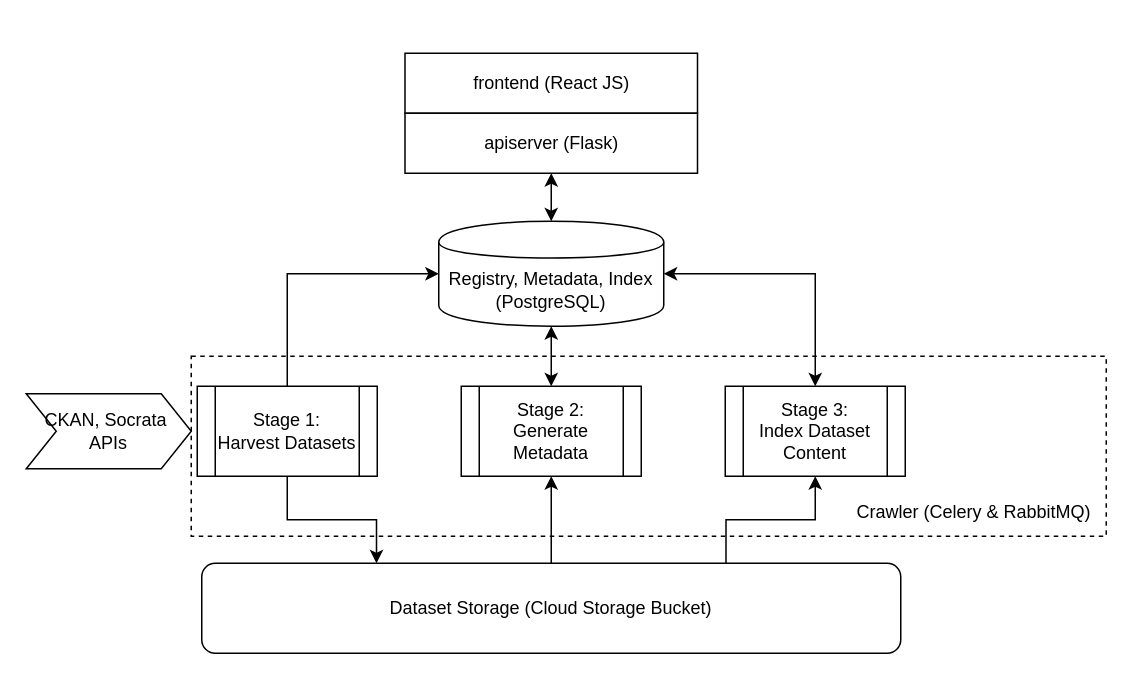
Above: system_overview.drawio in findopendata/findopendata (draw.io), before the change. Source tidied: cells renumbered, new cells numbered last; positions are measured from the earlier drawing's top-left corner, leaving out a move shared by most shapes. Both pictures are drawn from the tidied source at 150%, with x=0, y=0 at pixel (26, 52).
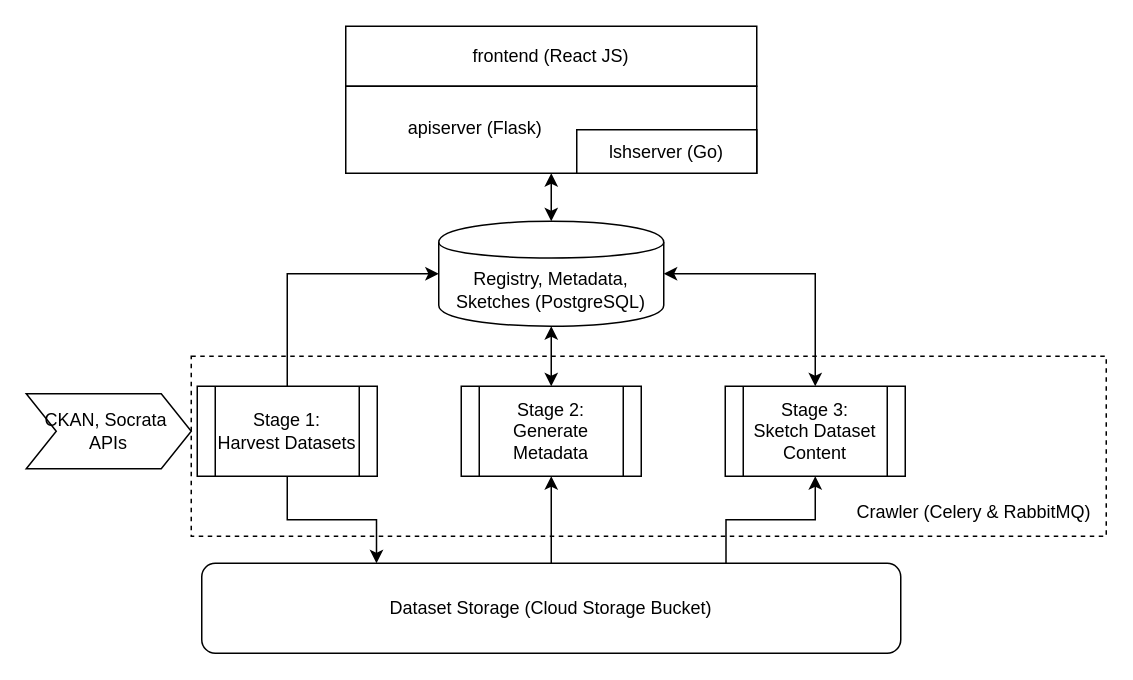
The same page after the edit.

What changed in the source:
```diff
@@
     <mxCell id="3" value="frontend (React JS)" style="rounded=0;whiteSpace=wrap;html=1;" parent="1" vertex="1">
-      <mxGeometry x="252.5" width="195" height="40" as="geometry" />
+      <mxGeometry x="213" y="-18" width="274" height="40" as="geometry" />
     </mxCell>
-    <mxCell id="4" value="apiserver (Flask)" style="rounded=0;whiteSpace=wrap;html=1;" parent="1" vertex="1">
-      <mxGeometry x="252.5" y="40" width="195" height="40" as="geometry" />
+    <mxCell id="4" style="rounded=0;whiteSpace=wrap;html=1;align=left;" parent="1" vertex="1">
+      <mxGeometry x="213" y="22" width="274" height="58" as="geometry" />
     </mxCell>
@@
-    <mxCell id="12" value="Stage 3:&lt;br&gt;Index Dataset Content" style="shape=process;whiteSpace=wrap;html=1;backgroundOutline=1;" parent="1" vertex="1">
+    <mxCell id="12" value="Stage 3:&lt;br&gt;Sketch Dataset Content" style="shape=process;whiteSpace=wrap;html=1;backgroundOutline=1;" parent="1" vertex="1">
       <mxGeometry x="466" y="222" width="120" height="60" as="geometry" />
     </mxCell>
-    <mxCell id="13" value="Registry, Metadata, Index (PostgreSQL)" style="shape=cylinder;whiteSpace=wrap;html=1;boundedLbl=1;backgroundOutline=1;" parent="1" vertex="1">
+    <mxCell id="13" value="Registry, Metadata, Sketches (PostgreSQL)" style="shape=cylinder;whiteSpace=wrap;html=1;boundedLbl=1;backgroundOutline=1;" parent="1" vertex="1">
       <mxGeometry x="275" y="112" width="150" height="70" as="geometry" />
     </mxCell>
@@
+    <mxCell id="21" value="lshserver (Go)" style="rounded=0;whiteSpace=wrap;html=1;" parent="1" vertex="1">
+      <mxGeometry x="367" y="51" width="120" height="29" as="geometry" />
+    </mxCell>
+    <mxCell id="22" value="apiserver (Flask)" style="text;html=1;align=center;" parent="1" vertex="1">
+      <mxGeometry x="244" y="36" width="110" height="30" as="geometry" />
+    </mxCell>
```
